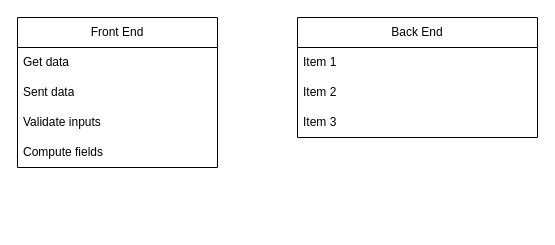
Above: page "Página-2" (2 of 2) of Untitled Diagram.drawio in hernandoh-dev/ArchSnippets (draw.io), before the change. Source tidied: cells renumbered, new cells numbered last; positions are measured from the earlier drawing's top-left corner, leaving out a move shared by most shapes. Both pictures are drawn from the tidied source at 100%, with x=0, y=0 at pixel (17, 17).
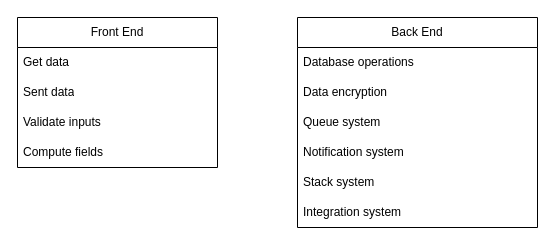
The same diagram, later.

The edit, as a diff of the source:
```diff
@@
 <mxGraphModel>
   <root>
     <mxCell id="0" />
     <mxCell id="1" parent="0" />
     <mxCell id="2" value="Front End" style="swimlane;fontStyle=0;horizontal=1;startSize=30;whiteSpace=wrap;html=1;" parent="1" vertex="1">
       <mxGeometry width="200" height="150" as="geometry" />
     </mxCell>
     <mxCell id="3" value="Get data" style="text;strokeColor=none;fillColor=none;align=left;verticalAlign=middle;spacingLeft=4;spacingRight=4;overflow=hidden;whiteSpace=wrap;html=1;" parent="2" vertex="1">
       <mxGeometry y="30" width="200" height="30" as="geometry" />
     </mxCell>
     <mxCell id="4" value="Sent data" style="text;strokeColor=none;fillColor=none;align=left;verticalAlign=middle;spacingLeft=4;spacingRight=4;overflow=hidden;whiteSpace=wrap;html=1;" parent="2" vertex="1">
       <mxGeometry y="60" width="200" height="30" as="geometry" />
     </mxCell>
     <mxCell id="5" value="Validate inputs" style="text;strokeColor=none;fillColor=none;align=left;verticalAlign=middle;spacingLeft=4;spacingRight=4;overflow=hidden;whiteSpace=wrap;html=1;" parent="2" vertex="1">
       <mxGeometry y="90" width="200" height="30" as="geometry" />
     </mxCell>
     <mxCell id="6" value="Compute fields" style="text;strokeColor=none;fillColor=none;align=left;verticalAlign=middle;spacingLeft=4;spacingRight=4;overflow=hidden;whiteSpace=wrap;html=1;" parent="2" vertex="1">
       <mxGeometry y="120" width="200" height="30" as="geometry" />
     </mxCell>
     <mxCell id="7" value="Back End" style="swimlane;fontStyle=0;horizontal=1;startSize=30;whiteSpace=wrap;html=1;" parent="1" vertex="1">
-      <mxGeometry x="280" width="240" height="120" as="geometry" />
+      <mxGeometry x="280" width="240" height="210" as="geometry" />
     </mxCell>
-    <mxCell id="8" value="Item 1" style="text;strokeColor=none;fillColor=none;align=left;verticalAlign=middle;spacingLeft=4;spacingRight=4;overflow=hidden;whiteSpace=wrap;html=1;" parent="7" vertex="1">
+    <mxCell id="8" value="Database operations" style="text;strokeColor=none;fillColor=none;align=left;verticalAlign=middle;spacingLeft=4;spacingRight=4;overflow=hidden;whiteSpace=wrap;html=1;" parent="7" vertex="1">
       <mxGeometry y="30" width="240" height="30" as="geometry" />
     </mxCell>
-    <mxCell id="9" value="Item 2" style="text;strokeColor=none;fillColor=none;align=left;verticalAlign=middle;spacingLeft=4;spacingRight=4;overflow=hidden;whiteSpace=wrap;html=1;" parent="7" vertex="1">
+    <mxCell id="9" value="Data encryption" style="text;strokeColor=none;fillColor=none;align=left;verticalAlign=middle;spacingLeft=4;spacingRight=4;overflow=hidden;whiteSpace=wrap;html=1;" parent="7" vertex="1">
       <mxGeometry y="60" width="240" height="30" as="geometry" />
     </mxCell>
-    <mxCell id="10" value="Item 3" style="text;strokeColor=none;fillColor=none;align=left;verticalAlign=middle;spacingLeft=4;spacingRight=4;overflow=hidden;whiteSpace=wrap;html=1;" parent="7" vertex="1">
+    <mxCell id="10" value="Queue system" style="text;strokeColor=none;fillColor=none;align=left;verticalAlign=middle;spacingLeft=4;spacingRight=4;overflow=hidden;whiteSpace=wrap;html=1;" parent="7" vertex="1">
       <mxGeometry y="90" width="240" height="30" as="geometry" />
     </mxCell>
+    <mxCell id="11" value="Notification system" style="text;strokeColor=none;fillColor=none;align=left;verticalAlign=middle;spacingLeft=4;spacingRight=4;overflow=hidden;whiteSpace=wrap;html=1;" parent="7" vertex="1">
+      <mxGeometry y="120" width="240" height="30" as="geometry" />
+    </mxCell>
+    <mxCell id="12" value="Stack system" style="text;strokeColor=none;fillColor=none;align=left;verticalAlign=middle;spacingLeft=4;spacingRight=4;overflow=hidden;whiteSpace=wrap;html=1;" parent="7" vertex="1">
+      <mxGeometry y="150" width="240" height="30" as="geometry" />
+    </mxCell>
+    <mxCell id="13" value="Integration system" style="text;strokeColor=none;fillColor=none;align=left;verticalAlign=middle;spacingLeft=4;spacingRight=4;overflow=hidden;whiteSpace=wrap;html=1;" parent="7" vertex="1">
+      <mxGeometry y="180" width="240" height="30" as="geometry" />
+    </mxCell>
   </root>
 </mxGraphModel>
```
